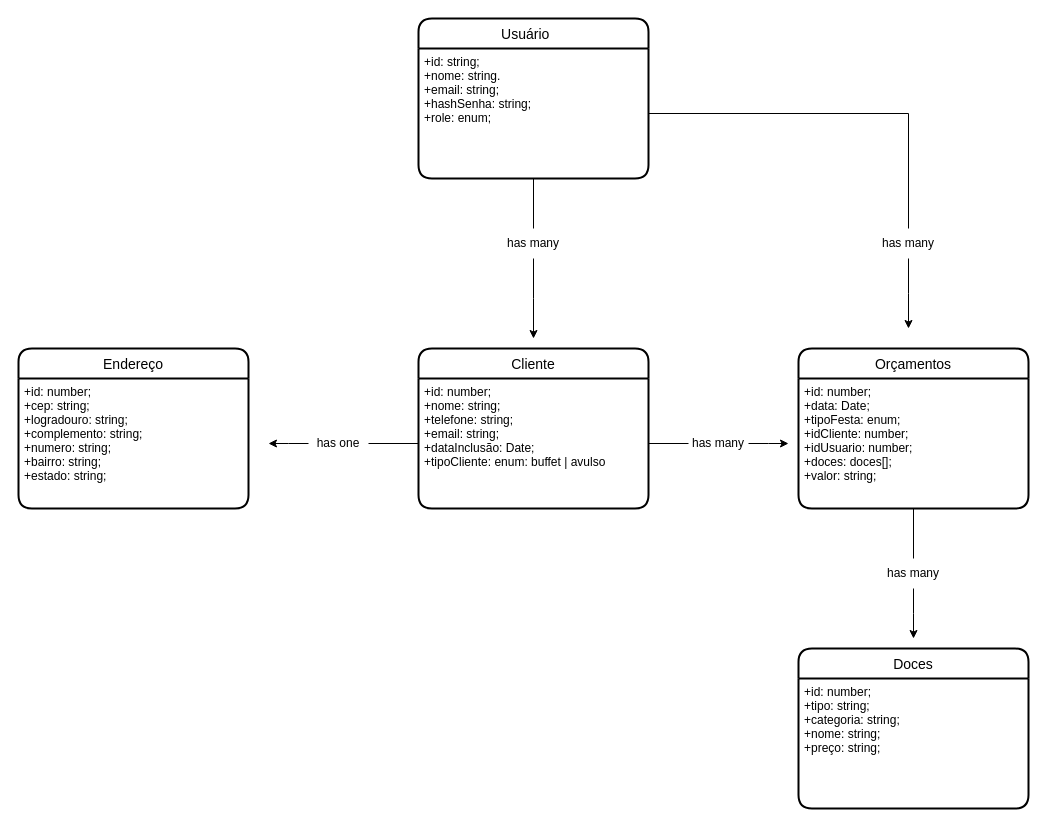
The draw.io diagram backend/relations_entity/relations.drawio in Joaopdev/MariaPiaDoceria, before the edit. Source tidied: cells renumbered, new cells numbered last; positions are measured from the earlier drawing's top-left corner, leaving out a move shared by most shapes. Both pictures are drawn from the tidied source at 100%, with x=0, y=0 at pixel (18, 18).
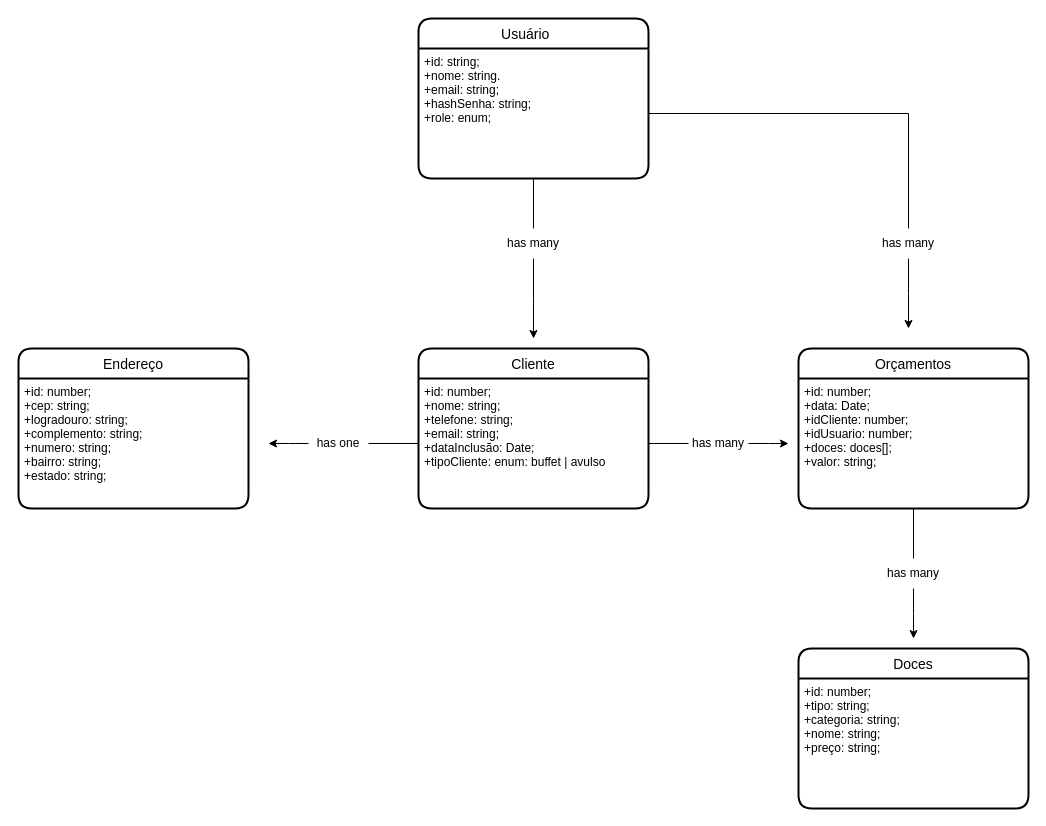
After the change.

Unchanged cells that the change refers to:
```xml
<mxCell id="13" value="Orçamentos" style="swimlane;horizontal=1;startSize=30;rounded=1;fontSize=14;fontStyle=0;strokeWidth=2;shadow=0;dashed=0;align=center;" parent="1" vertex="1">
  <mxGeometry x="780" y="330" width="230" height="160" as="geometry" />
</mxCell>
```

The edit, as a diff of the source:
```diff
@@
-    <mxCell id="14" value="+id: number;&#10;+data: Date;&#10;+tipoFesta: enum;&#10;+idCliente: number;&#10;+idUsuario: number;&#10;+doces: doces[];&#10;+valor: string;" style="align=left;strokeColor=none;fillColor=none;spacingLeft=4;fontSize=12;verticalAlign=top;" parent="13" vertex="1">
+    <mxCell id="14" value="+id: number;&#10;+data: Date;&#10;+idCliente: number;&#10;+idUsuario: number;&#10;+doces: doces[];&#10;+valor: string;" style="align=left;strokeColor=none;fillColor=none;spacingLeft=4;fontSize=12;verticalAlign=top;" parent="13" vertex="1">
       <mxGeometry y="30" width="230" height="130" as="geometry" />
     </mxCell>
```
